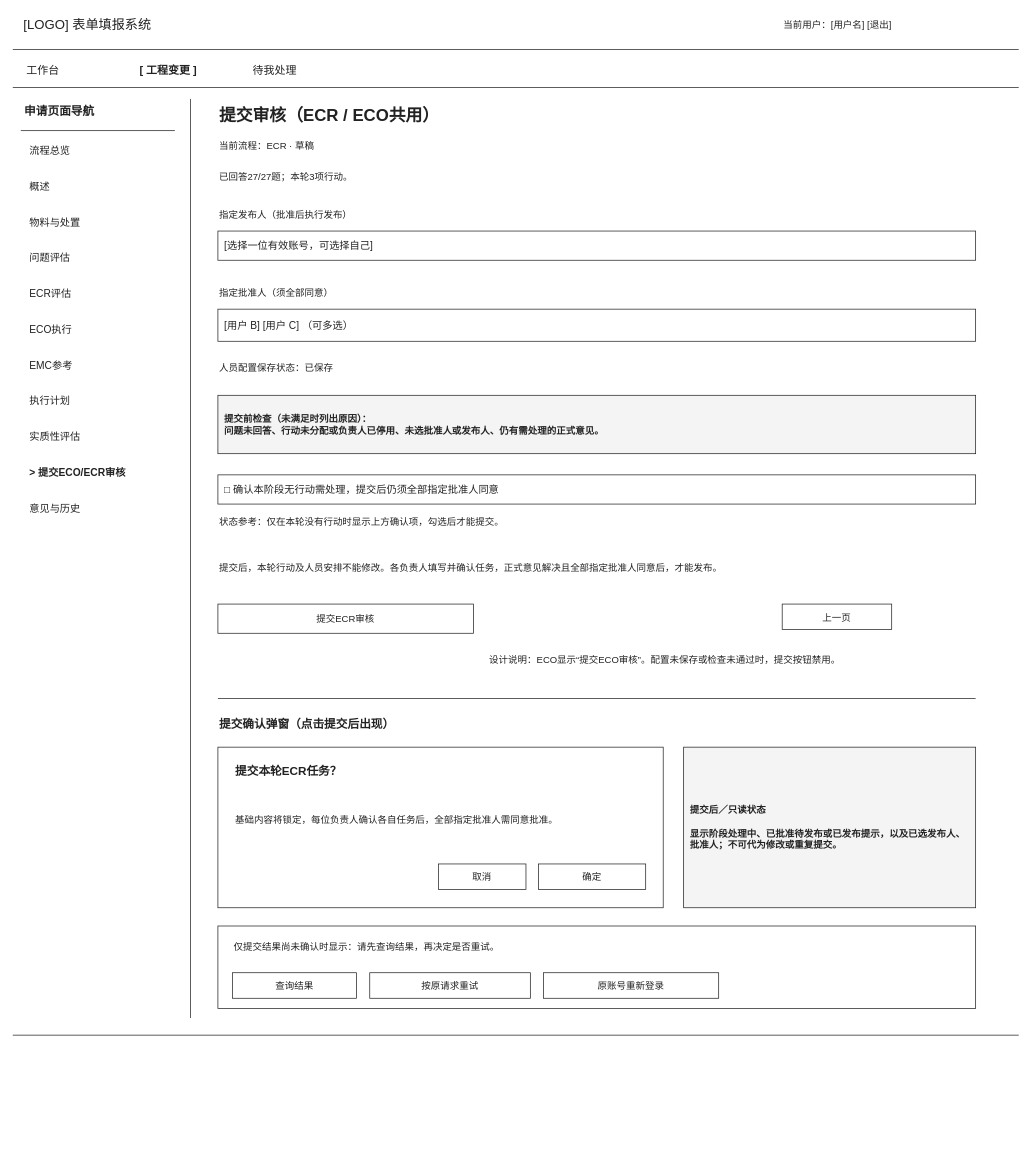
Earlier version of the draw.io diagram page "13 提交ECR-ECO审核" (13 of 17) of docs/线框图1.4.drawio (jack1415926/form-filling-system). Source tidied: cells renumbered, new cells numbered last; positions are measured from the earlier drawing's top-left corner, leaving out a move shared by most shapes. Both pictures are drawn from the tidied source at 73%, with x=0, y=0 at pixel (12, 12).
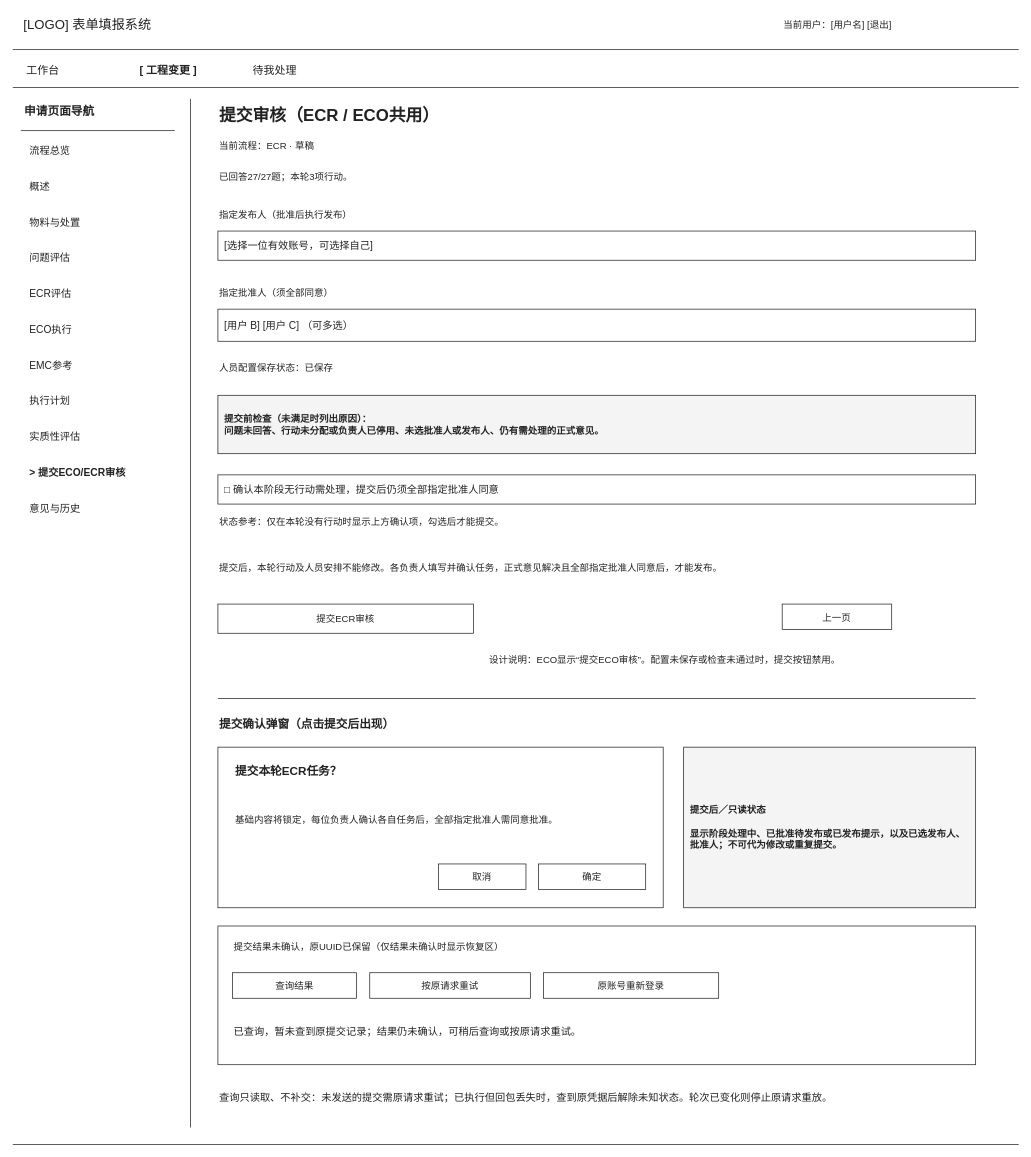
The same page after the edit.

The edit, as a diff of the source:
```diff
@@
     <mxCell id="9" style="rectangle;rounded=0;fillColor=#222222;strokeColor=none;strokeWidth=0;" parent="1" vertex="1">
-      <mxGeometry y="1400" width="1378" height="1" as="geometry" />
+      <mxGeometry y="1550" width="1378" height="1" as="geometry" />
     </mxCell>
@@
     <mxCell id="23" style="rectangle;rounded=0;fillColor=#222222;strokeColor=none;strokeWidth=0;" parent="1" vertex="1">
-      <mxGeometry x="243" y="118" width="1" height="1259" as="geometry" />
+      <mxGeometry x="243" y="118" width="1" height="1409" as="geometry" />
     </mxCell>
@@
     <mxCell id="47" style="rectangle;rounded=0;html=0;whiteSpace=wrap;strokeColor=#222222;fillColor=#FFFFFF;strokeWidth=1;align=left;verticalAlign=middle;fontSize=13;fontFamily=Microsoft YaHei;fontColor=#222222;spacingLeft=7;spacingRight=7;" parent="1" vertex="1">
-      <mxGeometry x="281" y="1251" width="1038" height="113" as="geometry" />
+      <mxGeometry x="281" y="1251" width="1038" height="190" as="geometry" />
     </mxCell>
-    <mxCell id="48" value="仅提交结果尚未确认时显示：请先查询结果，再决定是否重试。" style="text;html=0;whiteSpace=wrap;strokeColor=none;fillColor=none;align=left;verticalAlign=middle;fontSize=13;fontFamily=Microsoft YaHei;fontColor=#222222;spacingLeft=0;spacingRight=0;" parent="1" vertex="1">
+    <mxCell id="48" value="提交结果未确认，原UUID已保留（仅结果未确认时显示恢复区）" style="text;html=0;whiteSpace=wrap;strokeColor=none;fillColor=none;align=left;verticalAlign=middle;fontSize=13;fontFamily=Microsoft YaHei;fontColor=#222222;spacingLeft=0;spacingRight=0;" parent="1" vertex="1">
       <mxGeometry x="301" y="1265" width="998" height="30" as="geometry" />
     </mxCell>
@@
+    <mxCell id="52" value="已查询，暂未查到原提交记录；结果仍未确认，可稍后查询或按原请求重试。" style="text;html=0;whiteSpace=wrap;strokeColor=none;fillColor=none;align=left;verticalAlign=middle;fontSize=14;fontFamily=Microsoft YaHei;fontColor=#222222;spacingLeft=0;spacingRight=0;" parent="1" vertex="1">
+      <mxGeometry x="301" y="1368" width="998" height="55" as="geometry" />
+    </mxCell>
+    <mxCell id="53" value="查询只读取、不补交：未发送的提交需原请求重试；已执行但回包丢失时，查到原凭据后解除未知状态。轮次已变化则停止原请求重放。" style="text;html=0;whiteSpace=wrap;strokeColor=none;fillColor=none;align=left;verticalAlign=middle;fontSize=14;fontFamily=Microsoft YaHei;fontColor=#222222;spacingLeft=0;spacingRight=0;" parent="1" vertex="1">
+      <mxGeometry x="281" y="1453" width="1038" height="65" as="geometry" />
+    </mxCell>
```
